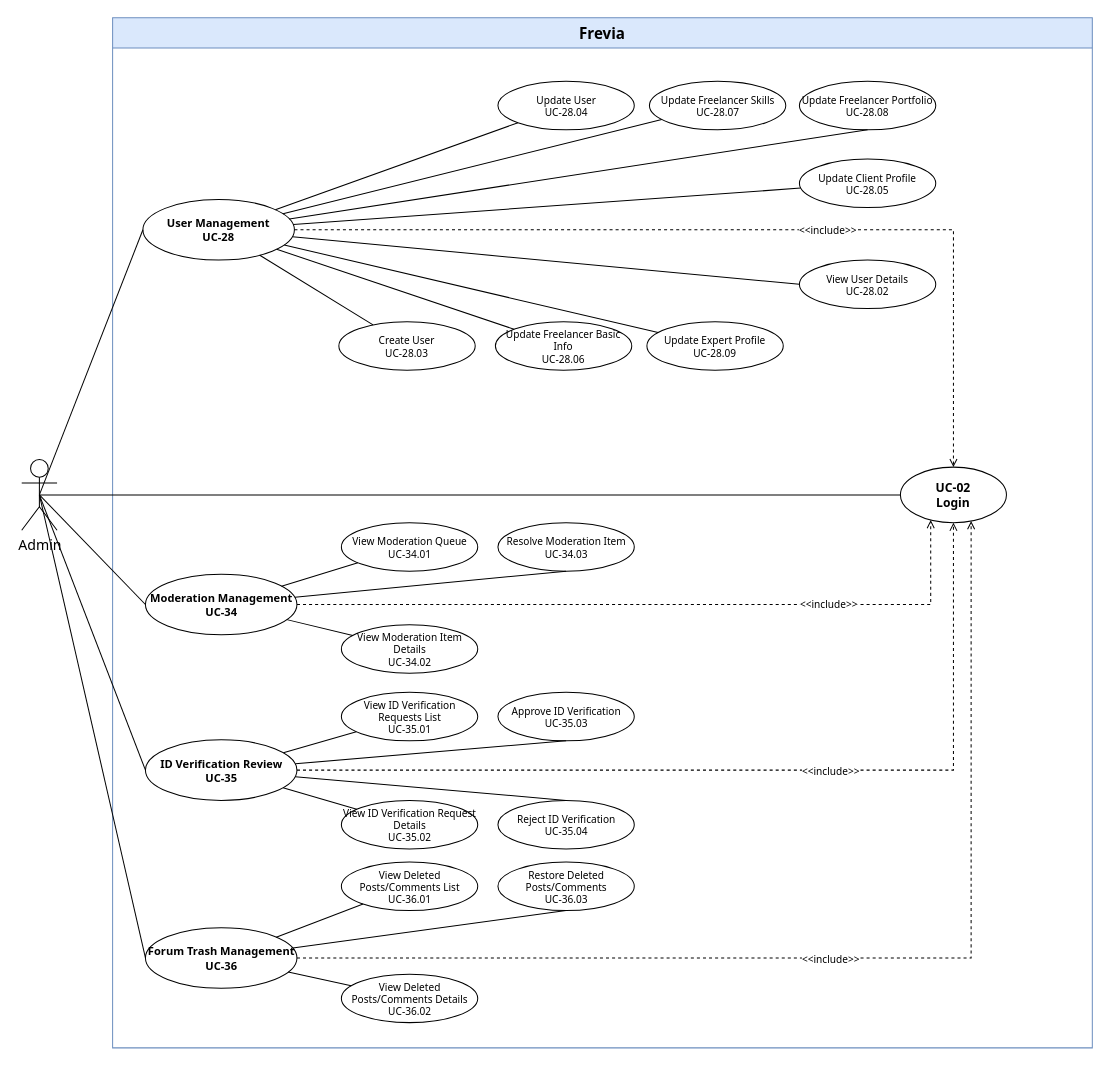
Before: page "Admin 3/4" (3 of 4) of uc-diagrams/Admin.drawio in Thunggg/Frevia, a draw.io diagram. Source tidied: cells renumbered, new cells numbered last; positions are measured from the earlier drawing's top-left corner, leaving out a move shared by most shapes. Both pictures are drawn from the tidied source at 101%, with x=0, y=0 at pixel (21, 17).
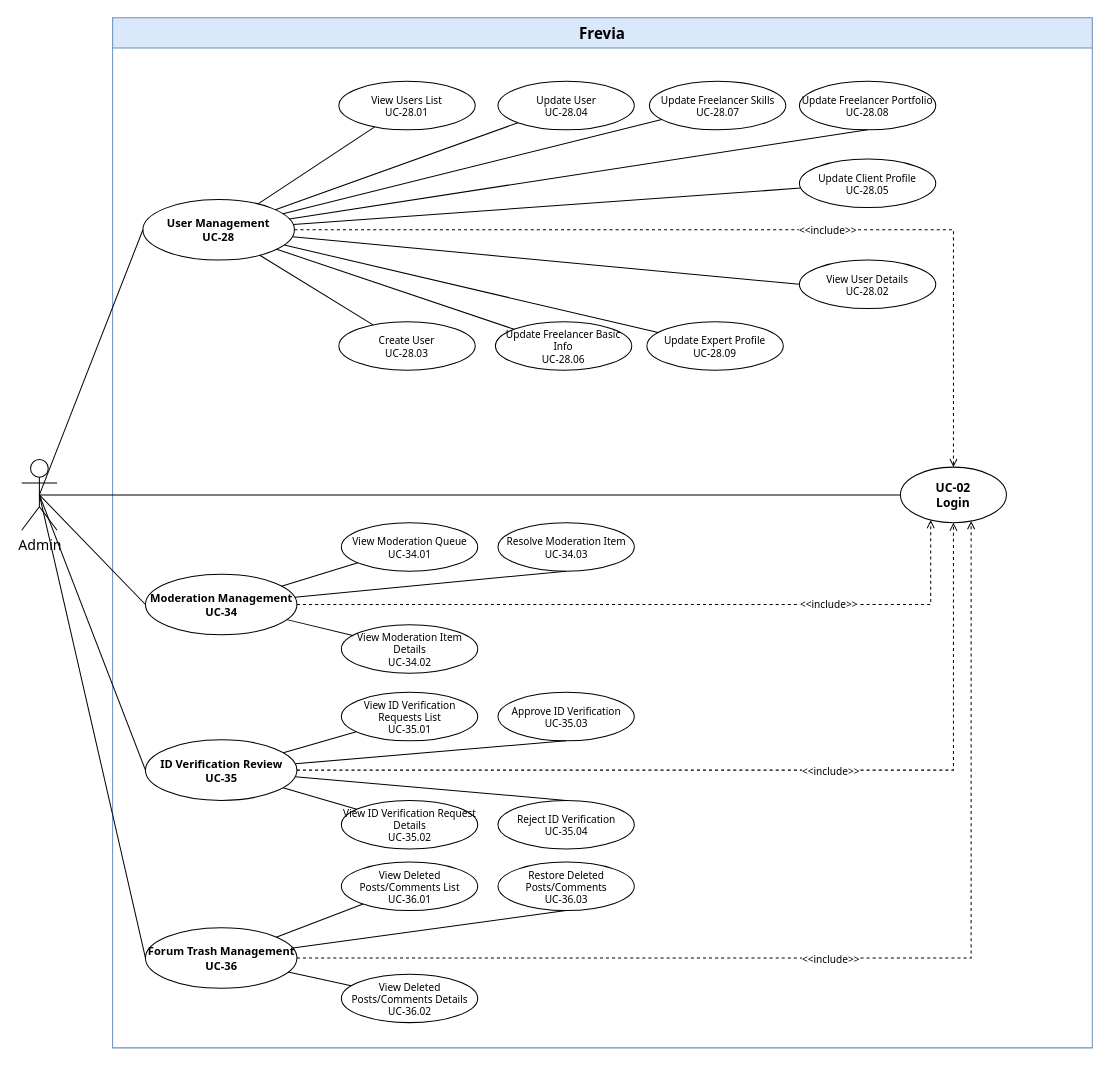
The same diagram, later.

The change refers to these unchanged cells:
```xml
<mxCell id="2" value="Frevia" style="swimlane;whiteSpace=wrap;html=1;startSize=30;fontSize=15;fontFamily=Tahoma;fontStyle=1;fillColor=#dae8fc;strokeColor=#6c8ebf;" parent="1" vertex="1">
  <mxGeometry x="90" width="970" height="1020" as="geometry" />
</mxCell>
<mxCell id="4" value="User Management&#10;UC-28" style="ellipse;whiteSpace=wrap;html=1;fontSize=11;fontFamily=Tahoma;fontStyle=1;fillColor=#ffffff;strokeColor=#000000;" parent="2" vertex="1">
  <mxGeometry x="30" y="180" width="150" height="60" as="geometry" />
</mxCell>
```

Change to the diagram source:
```diff
@@
+    <mxCell id="54" value="View Users List&#10;UC-28.01" style="ellipse;whiteSpace=wrap;html=1;fontSize=10;fontFamily=Tahoma;fillColor=#ffffff;strokeColor=#000000;" parent="2" vertex="1">
+      <mxGeometry x="224" y="63" width="135" height="48" as="geometry" />
+    </mxCell>
+    <mxCell id="55" style="endArrow=none;html=1;rounded=0;fontFamily=Tahoma;fontSize=13;" parent="2" edge="1" source="4" target="54">
+      <mxGeometry relative="1" as="geometry" />
+    </mxCell>
```
